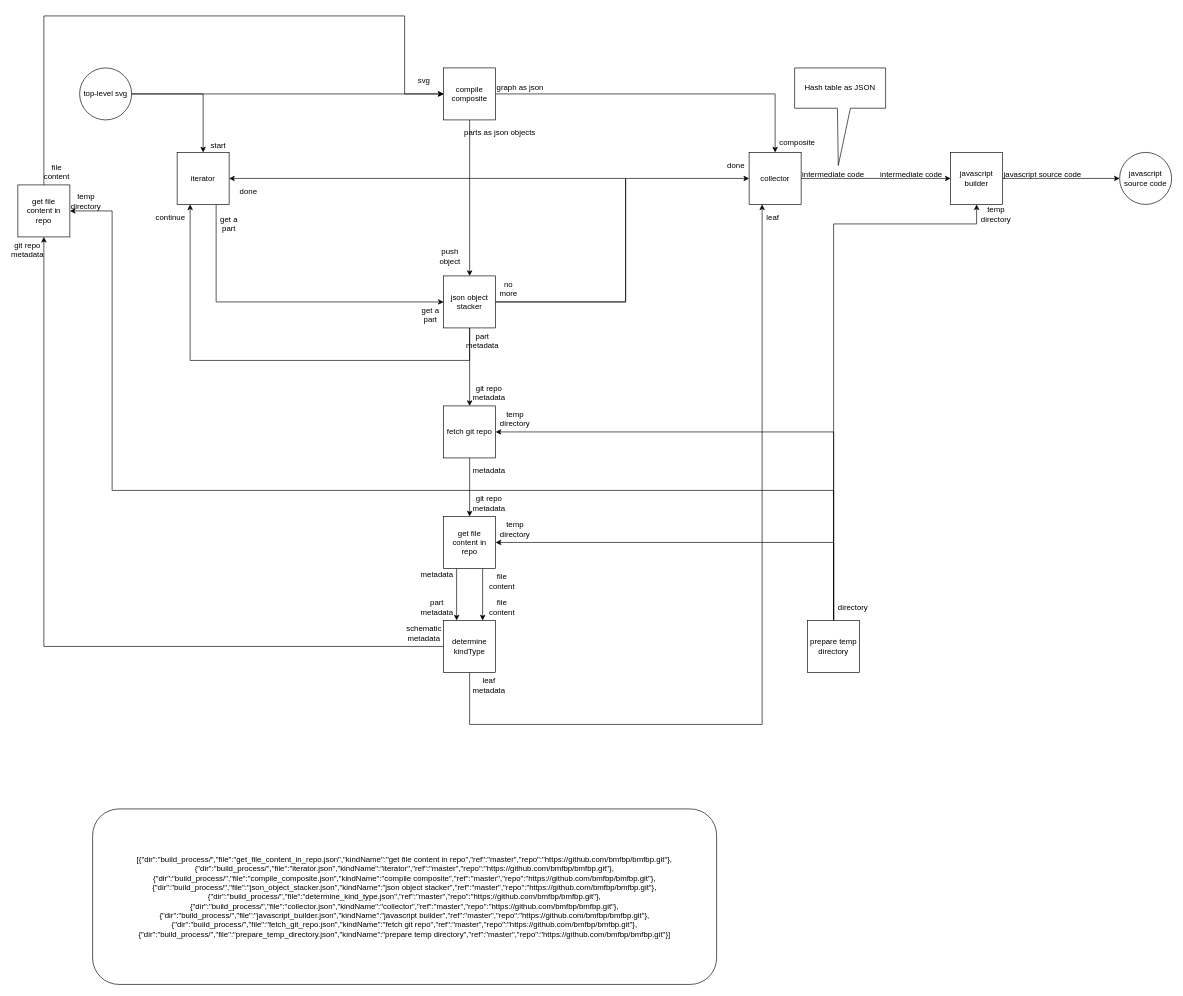
This is page "build_process.svg" (2 of 3) of build_process/build_process.drawio from bmfbp/bmfbp, a draw.io file, before an edit. Source tidied: cells renumbered, new cells numbered last; positions are measured from the earlier drawing's top-left corner, leaving out a move shared by most shapes. Both pictures are drawn from the tidied source at 65%, with x=0, y=0 at pixel (14, 16).
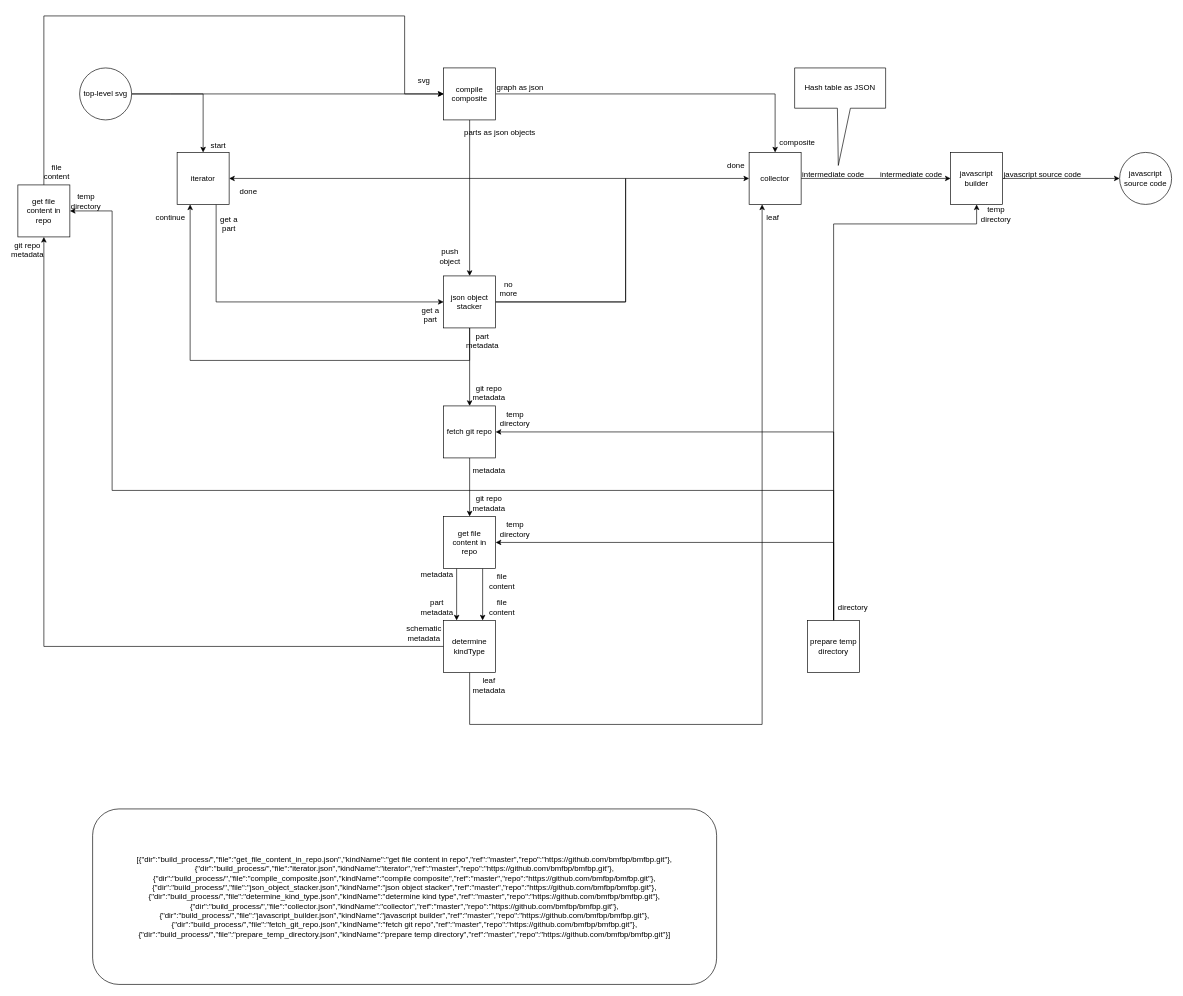
Above is the later version.

Commit message (it also covers changes not shown here):
Update diagrams to new metadata specification

Change to the diagram source:
```diff
@@
-    <mxCell id="48" value="&lt;span&gt;[{&quot;dir&quot;:&quot;build_process/&quot;,&quot;file&quot;:&quot;get_file_content_in_repo.json&quot;,&quot;kindName&quot;:&quot;get file content in repo&quot;,&quot;ref&quot;:&quot;master&quot;,&quot;repo&quot;:&quot;https://github.com/bmfbp/bmfbp.git&quot;},{&quot;dir&quot;:&quot;build_process/&quot;,&quot;file&quot;:&quot;iterator.json&quot;,&quot;kindName&quot;:&quot;iterator&quot;,&quot;ref&quot;:&quot;master&quot;,&quot;repo&quot;:&quot;https://github.com/bmfbp/bmfbp.git&quot;},{&quot;dir&quot;:&quot;build_process/&quot;,&quot;file&quot;:&quot;compile_composite.json&quot;,&quot;kindName&quot;:&quot;compile composite&quot;,&quot;ref&quot;:&quot;master&quot;,&quot;repo&quot;:&quot;https://github.com/bmfbp/bmfbp.git&quot;},{&quot;dir&quot;:&quot;build_process/&quot;,&quot;file&quot;:&quot;json_object_stacker.json&quot;,&quot;kindName&quot;:&quot;json object stacker&quot;,&quot;ref&quot;:&quot;master&quot;,&quot;repo&quot;:&quot;https://github.com/bmfbp/bmfbp.git&quot;},{&quot;dir&quot;:&quot;build_process/&quot;,&quot;file&quot;:&quot;determine_kind_type.json&quot;,&quot;ref&quot;:&quot;master&quot;,&quot;repo&quot;:&quot;https://github.com/bmfbp/bmfbp.git&quot;},{&quot;dir&quot;:&quot;build_process/&quot;,&quot;file&quot;:&quot;collector.json&quot;,&quot;kindName&quot;:&quot;collector&quot;,&quot;ref&quot;:&quot;master&quot;,&quot;repo&quot;:&quot;https://github.com/bmfbp/bmfbp.git&quot;},{&quot;dir&quot;:&quot;build_process/&quot;,&quot;file&quot;:&quot;javascript_builder.json&quot;,&quot;kindName&quot;:&quot;javascript builder&quot;,&quot;ref&quot;:&quot;master&quot;,&quot;repo&quot;:&quot;https://github.com/bmfbp/bmfbp.git&quot;},{&quot;dir&quot;:&quot;build_process/&quot;,&quot;file&quot;:&quot;fetch_git_repo.json&quot;,&quot;kindName&quot;:&quot;fetch git repo&quot;,&quot;ref&quot;:&quot;master&quot;,&quot;repo&quot;:&quot;https://github.com/bmfbp/bmfbp.git&quot;},{&quot;dir&quot;:&quot;build_process/&quot;,&quot;file&quot;:&quot;prepare_temp_directory.json&quot;,&quot;kindName&quot;:&quot;prepare temp directory&quot;,&quot;ref&quot;:&quot;master&quot;,&quot;repo&quot;:&quot;https://github.com/bmfbp/bmfbp.git&quot;}]&lt;/span&gt;" style="rounded=1;whiteSpace=wrap;html=1;" parent="1" vertex="1">
+    <mxCell id="48" value="[{&quot;dir&quot;:&quot;build_process/&quot;,&quot;file&quot;:&quot;get_file_content_in_repo.json&quot;,&quot;kindName&quot;:&quot;get file content in repo&quot;,&quot;ref&quot;:&quot;master&quot;,&quot;repo&quot;:&quot;https://github.com/bmfbp/bmfbp.git&quot;},{&quot;dir&quot;:&quot;build_process/&quot;,&quot;file&quot;:&quot;iterator.json&quot;,&quot;kindName&quot;:&quot;iterator&quot;,&quot;ref&quot;:&quot;master&quot;,&quot;repo&quot;:&quot;https://github.com/bmfbp/bmfbp.git&quot;},{&quot;dir&quot;:&quot;build_process/&quot;,&quot;file&quot;:&quot;compile_composite.json&quot;,&quot;kindName&quot;:&quot;compile composite&quot;,&quot;ref&quot;:&quot;master&quot;,&quot;repo&quot;:&quot;https://github.com/bmfbp/bmfbp.git&quot;},{&quot;dir&quot;:&quot;build_process/&quot;,&quot;file&quot;:&quot;json_object_stacker.json&quot;,&quot;kindName&quot;:&quot;json object stacker&quot;,&quot;ref&quot;:&quot;master&quot;,&quot;repo&quot;:&quot;https://github.com/bmfbp/bmfbp.git&quot;},{&quot;dir&quot;:&quot;build_process/&quot;,&quot;file&quot;:&quot;determine_kind_type.json&quot;,&quot;kindName&quot;:&quot;determine kind type&quot;,&quot;ref&quot;:&quot;master&quot;,&quot;repo&quot;:&quot;https://github.com/bmfbp/bmfbp.git&quot;},{&quot;dir&quot;:&quot;build_process/&quot;,&quot;file&quot;:&quot;collector.json&quot;,&quot;kindName&quot;:&quot;collector&quot;,&quot;ref&quot;:&quot;master&quot;,&quot;repo&quot;:&quot;https://github.com/bmfbp/bmfbp.git&quot;},{&quot;dir&quot;:&quot;build_process/&quot;,&quot;file&quot;:&quot;javascript_builder.json&quot;,&quot;kindName&quot;:&quot;javascript builder&quot;,&quot;ref&quot;:&quot;master&quot;,&quot;repo&quot;:&quot;https://github.com/bmfbp/bmfbp.git&quot;},{&quot;dir&quot;:&quot;build_process/&quot;,&quot;file&quot;:&quot;fetch_git_repo.json&quot;,&quot;kindName&quot;:&quot;fetch git repo&quot;,&quot;ref&quot;:&quot;master&quot;,&quot;repo&quot;:&quot;https://github.com/bmfbp/bmfbp.git&quot;},{&quot;dir&quot;:&quot;build_process/&quot;,&quot;file&quot;:&quot;prepare_temp_directory.json&quot;,&quot;kindName&quot;:&quot;prepare temp directory&quot;,&quot;ref&quot;:&quot;master&quot;,&quot;repo&quot;:&quot;https://github.com/bmfbp/bmfbp.git&quot;}]&lt;br&gt;" style="rounded=1;whiteSpace=wrap;html=1;" parent="1" vertex="1">
       <mxGeometry x="120" y="1220" width="960" height="270" as="geometry" />
     </mxCell>
```
